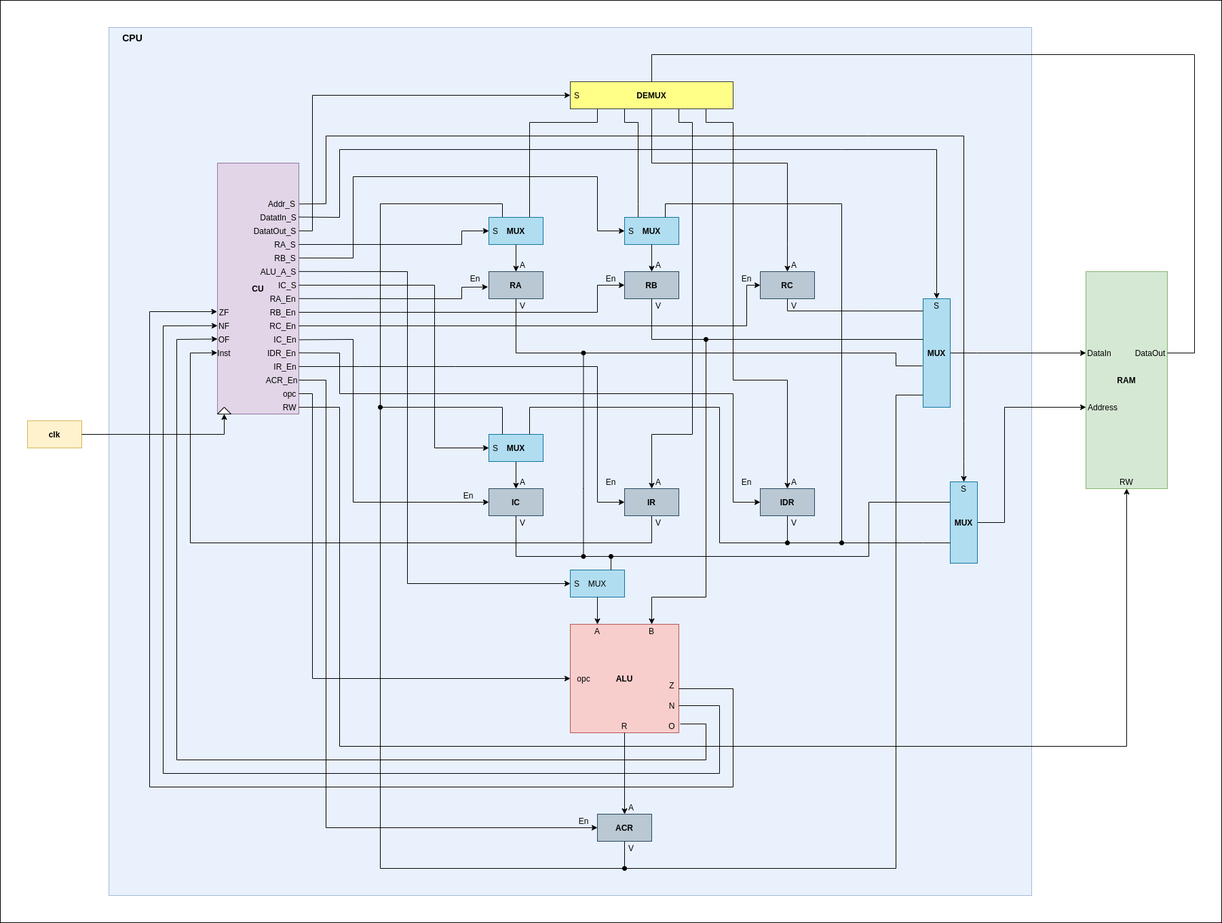
Above: other/cpu_schem.png in dma-neves/dcpu (draw.io), before the change. Source tidied: cells renumbered, new cells last; positions are measured from the earlier drawing's top-left corner, leaving out a move shared by most shapes.
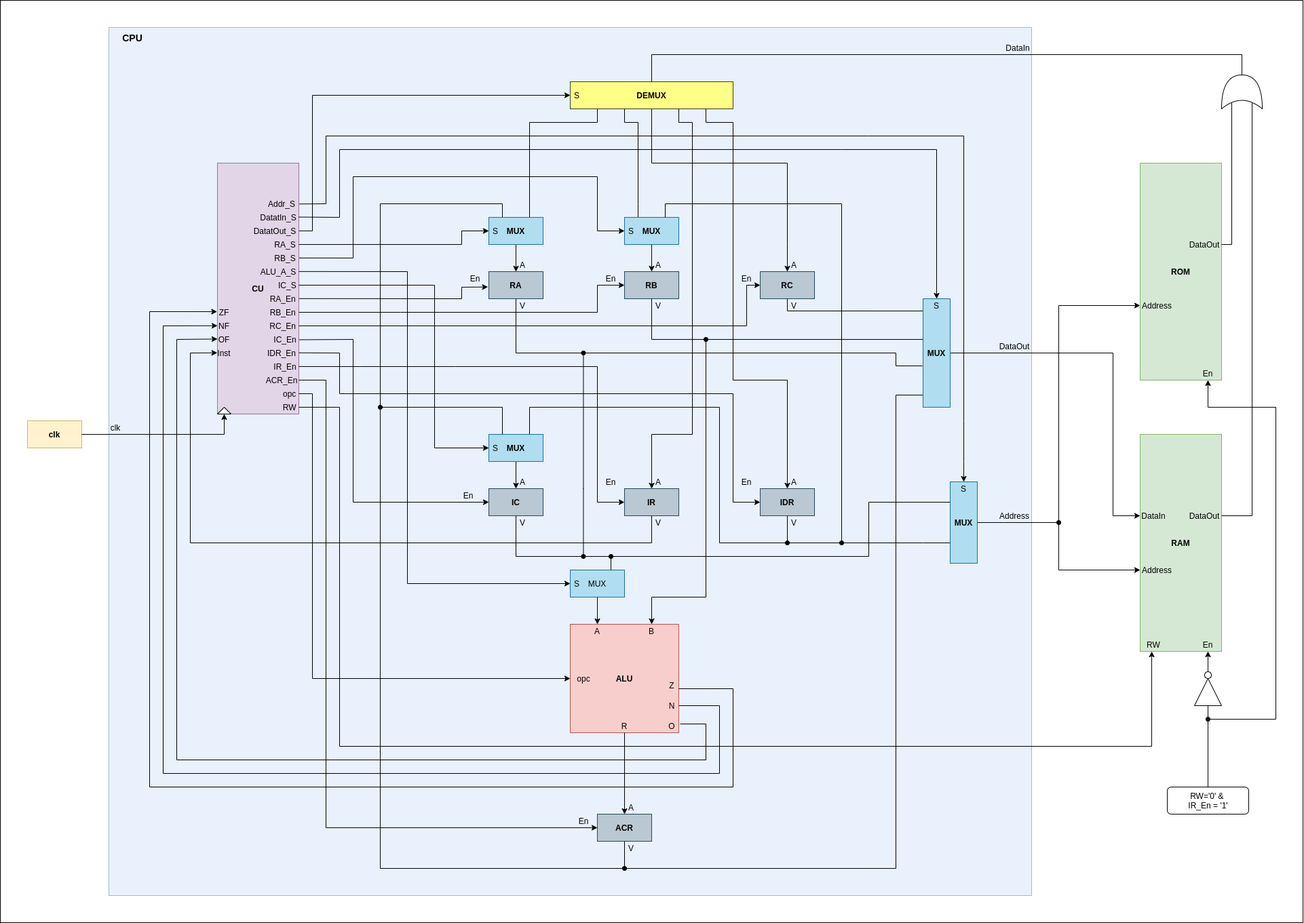
The same file after the commit.

What changed in the source:
```diff
@@ -2,9 +2,6 @@
   <root>
     <mxCell id="0" />
     <mxCell id="1" parent="0" />
-    <mxCell id="2" style="rounded=0;whiteSpace=wrap;html=1;fillColor=none;gradientColor=none;" parent="1" vertex="1">
-      <mxGeometry width="1800" height="1360" as="geometry" />
-    </mxCell>
     <mxCell id="3" style="rounded=0;whiteSpace=wrap;html=1;fillColor=#dae8fc;strokeColor=#6c8ebf;opacity=60;" parent="1" vertex="1">
       <mxGeometry x="160" y="40" width="1360" height="1280" as="geometry" />
     </mxCell>
@@ -87,19 +84,20 @@
       </mxGeometry>
     </mxCell>
     <mxCell id="21" style="rounded=0;whiteSpace=wrap;html=1;fillColor=#d5e8d4;strokeColor=#82b366;" parent="1" vertex="1">
-      <mxGeometry x="1600" y="400" width="120" height="320" as="geometry" />
+      <mxGeometry x="1680" y="640" width="120" height="320" as="geometry" />
     </mxCell>
     <mxCell id="22" style="endArrow=classic;html=1;rounded=0;entryX=0;entryY=0.5;entryDx=0;entryDy=0;" parent="1" edge="1" target="72">
       <mxGeometry relative="1" as="geometry">
         <mxPoint x="1400" y="520" as="sourcePoint" />
         <Array as="points">
           <mxPoint x="1400" y="520" />
-          <mxPoint x="1440" y="520" />
+          <mxPoint x="1640" y="520" />
+          <mxPoint x="1640" y="760" />
         </Array>
       </mxGeometry>
     </mxCell>
     <mxCell id="23" value="&lt;b&gt;RAM&lt;/b&gt;" style="text;html=1;strokeColor=none;fillColor=none;align=center;verticalAlign=middle;whiteSpace=wrap;rounded=0;" parent="1" vertex="1">
-      <mxGeometry x="1640" y="550" width="40" height="20" as="geometry" />
+      <mxGeometry x="1720" y="790" width="40" height="20" as="geometry" />
     </mxCell>
     <mxCell id="24" value="A" style="text;html=1;strokeColor=none;fillColor=none;align=center;verticalAlign=middle;whiteSpace=wrap;rounded=0;" parent="1" vertex="1">
       <mxGeometry x="750" y="380" width="40" height="20" as="geometry" />
@@ -332,13 +330,13 @@
       <mxGeometry x="970" y="1060" width="40" height="20" as="geometry" />
     </mxCell>
     <mxCell id="72" value="DataIn" style="text;html=1;strokeColor=none;fillColor=none;align=center;verticalAlign=middle;whiteSpace=wrap;rounded=0;" parent="1" vertex="1">
-      <mxGeometry x="1600" y="510" width="40" height="20" as="geometry" />
+      <mxGeometry x="1680" y="750" width="40" height="20" as="geometry" />
     </mxCell>
     <mxCell id="73" value="Address" style="text;html=1;strokeColor=none;fillColor=none;align=center;verticalAlign=middle;whiteSpace=wrap;rounded=0;" parent="1" vertex="1">
-      <mxGeometry x="1600" y="590" width="50" height="20" as="geometry" />
+      <mxGeometry x="1680" y="830" width="50" height="20" as="geometry" />
     </mxCell>
     <mxCell id="74" value="DataOut" style="text;html=1;strokeColor=none;fillColor=none;align=center;verticalAlign=middle;whiteSpace=wrap;rounded=0;" parent="1" vertex="1">
-      <mxGeometry x="1670" y="510" width="50" height="20" as="geometry" />
+      <mxGeometry x="1750" y="750" width="50" height="20" as="geometry" />
     </mxCell>
     <mxCell id="75" style="endArrow=classic;html=1;entryX=0.25;entryY=1;entryDx=0;entryDy=0;" parent="1" edge="1" target="24">
       <mxGeometry relative="1" as="geometry">
@@ -394,13 +392,14 @@
     <mxCell id="84" style="endArrow=none;html=1;exitX=0;exitY=0.5;exitDx=0;exitDy=0;entryX=1;entryY=0.5;entryDx=0;entryDy=0;rounded=0;endFill=0;startArrow=classic;startFill=1;" parent="1" edge="1" source="73" target="86">
       <mxGeometry relative="1" as="geometry">
         <Array as="points">
-          <mxPoint x="1480" y="600" />
+          <mxPoint x="1560" y="840" />
+          <mxPoint x="1560" y="770" />
           <mxPoint x="1480" y="770" />
         </Array>
       </mxGeometry>
     </mxCell>
     <mxCell id="85" value="RW" style="text;html=1;strokeColor=none;fillColor=none;align=center;verticalAlign=middle;whiteSpace=wrap;rounded=0;" parent="1" vertex="1">
-      <mxGeometry x="1640" y="700" width="40" height="20" as="geometry" />
+      <mxGeometry x="1680" y="940" width="40" height="20" as="geometry" />
     </mxCell>
     <mxCell id="86" style="rounded=0;whiteSpace=wrap;html=1;fillColor=#b1ddf0;strokeColor=#10739e;" parent="1" vertex="1">
       <mxGeometry x="1400" y="710" width="40" height="120" as="geometry" />
@@ -449,13 +448,11 @@
     <mxCell id="93" value="&lt;b&gt;DEMUX&lt;/b&gt;" style="text;html=1;strokeColor=none;fillColor=none;align=center;verticalAlign=middle;whiteSpace=wrap;rounded=0;" parent="1" vertex="1">
       <mxGeometry x="940" y="130" width="40" height="20" as="geometry" />
     </mxCell>
-    <mxCell id="94" style="endArrow=none;html=1;rounded=0;exitX=0.5;exitY=0;exitDx=0;exitDy=0;" parent="1" edge="1" source="92">
+    <mxCell id="94" style="endArrow=none;html=1;rounded=0;exitX=0.5;exitY=0;exitDx=0;exitDy=0;entryX=1;entryY=0.5;entryDx=0;entryDy=0;entryPerimeter=0;" parent="1" edge="1" source="92" target="155">
       <mxGeometry relative="1" as="geometry">
-        <mxPoint x="1720" y="520" as="targetPoint" />
         <Array as="points">
           <mxPoint x="960" y="80" />
-          <mxPoint x="1760" y="80" />
-          <mxPoint x="1760" y="520" />
+          <mxPoint x="1830" y="80" />
         </Array>
       </mxGeometry>
     </mxCell>
@@ -682,12 +679,12 @@
     <mxCell id="144" value="&amp;nbsp; &amp;nbsp; RW" style="text;html=1;strokeColor=none;fillColor=none;align=center;verticalAlign=middle;whiteSpace=wrap;rounded=0;" parent="1" vertex="1">
       <mxGeometry x="400" y="590" width="40" height="20" as="geometry" />
     </mxCell>
-    <mxCell id="145" style="endArrow=classic;html=1;exitX=1;exitY=0.5;exitDx=0;exitDy=0;entryX=0.5;entryY=1;entryDx=0;entryDy=0;rounded=0;" parent="1" edge="1" source="144" target="21">
+    <mxCell id="145" style="endArrow=classic;html=1;exitX=1;exitY=0.5;exitDx=0;exitDy=0;entryX=0.142;entryY=1;entryDx=0;entryDy=0;rounded=0;entryPerimeter=0;" parent="1" edge="1" source="144" target="21">
       <mxGeometry relative="1" as="geometry">
         <Array as="points">
           <mxPoint x="500" y="600" />
           <mxPoint x="500" y="1100" />
-          <mxPoint x="1660" y="1100" />
+          <mxPoint x="1697" y="1100" />
         </Array>
       </mxGeometry>
     </mxCell>
@@ -705,5 +702,93 @@
     <mxCell id="148" value="ALU_A_S" style="text;html=1;strokeColor=none;fillColor=none;align=center;verticalAlign=middle;whiteSpace=wrap;rounded=0;" parent="1" vertex="1">
       <mxGeometry x="390" y="390" width="40" height="20" as="geometry" />
     </mxCell>
+    <mxCell id="149" style="rounded=0;whiteSpace=wrap;html=1;fillColor=#d5e8d4;strokeColor=#82b366;" parent="1" vertex="1">
+      <mxGeometry x="1680" y="240" width="120" height="320" as="geometry" />
+    </mxCell>
+    <mxCell id="150" value="&lt;b&gt;ROM&lt;/b&gt;" style="text;html=1;strokeColor=none;fillColor=none;align=center;verticalAlign=middle;whiteSpace=wrap;rounded=0;" parent="1" vertex="1">
+      <mxGeometry x="1720" y="390" width="40" height="20" as="geometry" />
+    </mxCell>
+    <mxCell id="151" value="Address" style="text;html=1;strokeColor=none;fillColor=none;align=center;verticalAlign=middle;whiteSpace=wrap;rounded=0;" parent="1" vertex="1">
+      <mxGeometry x="1680" y="440" width="50" height="20" as="geometry" />
+    </mxCell>
+    <mxCell id="152" value="DataOut" style="text;html=1;strokeColor=none;fillColor=none;align=center;verticalAlign=middle;whiteSpace=wrap;rounded=0;" parent="1" vertex="1">
+      <mxGeometry x="1750" y="350" width="50" height="20" as="geometry" />
+    </mxCell>
+    <mxCell id="153" value="En" style="text;html=1;strokeColor=none;fillColor=none;align=center;verticalAlign=middle;whiteSpace=wrap;rounded=0;" parent="1" vertex="1">
+      <mxGeometry x="1760" y="540" width="40" height="20" as="geometry" />
+    </mxCell>
+    <mxCell id="154" value="En" style="text;html=1;strokeColor=none;fillColor=none;align=center;verticalAlign=middle;whiteSpace=wrap;rounded=0;" parent="1" vertex="1">
+      <mxGeometry x="1760" y="940" width="40" height="20" as="geometry" />
+    </mxCell>
+    <mxCell id="155" style="shape=xor;whiteSpace=wrap;html=1;direction=north;" parent="1" vertex="1">
+      <mxGeometry x="1800" y="110" width="60" height="50" as="geometry" />
+    </mxCell>
+    <mxCell id="156" style="endArrow=none;html=1;exitX=1;exitY=0.5;exitDx=0;exitDy=0;entryX=0.175;entryY=0.25;entryDx=0;entryDy=0;entryPerimeter=0;rounded=0;" parent="1" edge="1" source="152" target="155">
+      <mxGeometry relative="1" as="geometry">
+        <Array as="points">
+          <mxPoint x="1815" y="360" />
+        </Array>
+      </mxGeometry>
+    </mxCell>
+    <mxCell id="157" style="endArrow=none;html=1;exitX=1;exitY=0.5;exitDx=0;exitDy=0;entryX=0.175;entryY=0.75;entryDx=0;entryDy=0;entryPerimeter=0;rounded=0;" parent="1" edge="1" source="74" target="155">
+      <mxGeometry relative="1" as="geometry">
+        <Array as="points">
+          <mxPoint x="1845" y="760" />
+        </Array>
+      </mxGeometry>
+    </mxCell>
+    <mxCell id="158" style="endArrow=classic;html=1;entryX=0;entryY=0.5;entryDx=0;entryDy=0;rounded=0;startArrow=oval;startFill=1;" parent="1" edge="1" target="151">
+      <mxGeometry relative="1" as="geometry">
+        <mxPoint x="1560" y="770" as="sourcePoint" />
+        <Array as="points">
+          <mxPoint x="1560" y="450" />
+        </Array>
+      </mxGeometry>
+    </mxCell>
+    <mxCell id="159" style="endArrow=none;html=1;rounded=0;entryX=0;entryY=0.5;entryDx=0;entryDy=0;startArrow=oval;startFill=1;" parent="1" edge="1" target="160">
+      <mxGeometry relative="1" as="geometry">
+        <mxPoint x="1780" y="1060" as="sourcePoint" />
+      </mxGeometry>
+    </mxCell>
+    <mxCell id="160" style="triangle;whiteSpace=wrap;html=1;direction=north;" parent="1" vertex="1">
+      <mxGeometry x="1760" y="1000" width="40" height="40" as="geometry" />
+    </mxCell>
+    <mxCell id="161" style="ellipse;whiteSpace=wrap;html=1;" parent="1" vertex="1">
+      <mxGeometry x="1775" y="990" width="10" height="10" as="geometry" />
+    </mxCell>
+    <mxCell id="162" style="endArrow=classic;html=1;exitX=0.5;exitY=0;exitDx=0;exitDy=0;entryX=0.5;entryY=1;entryDx=0;entryDy=0;rounded=0;" parent="1" edge="1" source="163" target="153">
+      <mxGeometry relative="1" as="geometry">
+        <Array as="points">
+          <mxPoint x="1780" y="1060" />
+          <mxPoint x="1880" y="1060" />
+          <mxPoint x="1880" y="600" />
+          <mxPoint x="1780" y="600" />
+        </Array>
+      </mxGeometry>
+    </mxCell>
+    <mxCell id="163" style="rounded=1;whiteSpace=wrap;html=1;" parent="1" vertex="1">
+      <mxGeometry x="1720" y="1160" width="120" height="40" as="geometry" />
+    </mxCell>
+    <mxCell id="164" value="RW='0' &amp;amp;&amp;nbsp; IR_En = '1'" style="text;html=1;strokeColor=none;fillColor=none;align=center;verticalAlign=middle;whiteSpace=wrap;rounded=0;" parent="1" vertex="1">
+      <mxGeometry x="1737.5" y="1170" width="85" height="20" as="geometry" />
+    </mxCell>
+    <mxCell id="165" style="endArrow=classic;html=1;exitX=0.5;exitY=0;exitDx=0;exitDy=0;entryX=0.5;entryY=1;entryDx=0;entryDy=0;" parent="1" edge="1" source="161" target="154">
+      <mxGeometry relative="1" as="geometry" />
+    </mxCell>
+    <mxCell id="166" value="clk" style="text;html=1;strokeColor=none;fillColor=none;align=center;verticalAlign=middle;whiteSpace=wrap;rounded=0;" parent="1" vertex="1">
+      <mxGeometry x="150" y="620" width="40" height="20" as="geometry" />
+    </mxCell>
+    <mxCell id="167" value="DataOut" style="text;html=1;strokeColor=none;fillColor=none;align=center;verticalAlign=middle;whiteSpace=wrap;rounded=0;" parent="1" vertex="1">
+      <mxGeometry x="1470" y="500" width="50" height="20" as="geometry" />
+    </mxCell>
+    <mxCell id="168" value="Address" style="text;html=1;strokeColor=none;fillColor=none;align=center;verticalAlign=middle;whiteSpace=wrap;rounded=0;" parent="1" vertex="1">
+      <mxGeometry x="1470" y="750" width="50" height="20" as="geometry" />
+    </mxCell>
+    <mxCell id="169" value="DataIn" style="text;html=1;strokeColor=none;fillColor=none;align=center;verticalAlign=middle;whiteSpace=wrap;rounded=0;" parent="1" vertex="1">
+      <mxGeometry x="1480" y="60" width="40" height="20" as="geometry" />
+    </mxCell>
+    <mxCell id="170" style="rounded=0;whiteSpace=wrap;html=1;fillColor=none;" parent="1" vertex="1">
+      <mxGeometry width="1920" height="1360" as="geometry" />
+    </mxCell>
   </root>
 </mxGraphModel>
```
